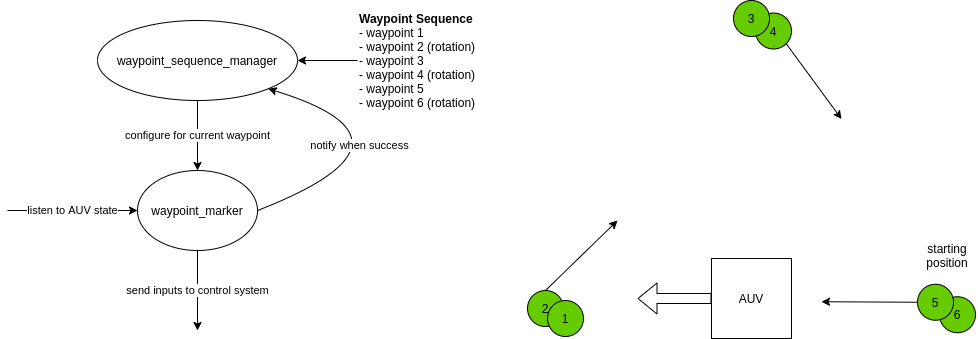
ubc-subbots/triton keeps this draw.io diagram as assets/triangle_waypoints_draw_io.drawio.png. Above is the earlier version. Source tidied: cells renumbered, new cells last; positions are measured from the earlier drawing's top-left corner, leaving out a move shared by most shapes.
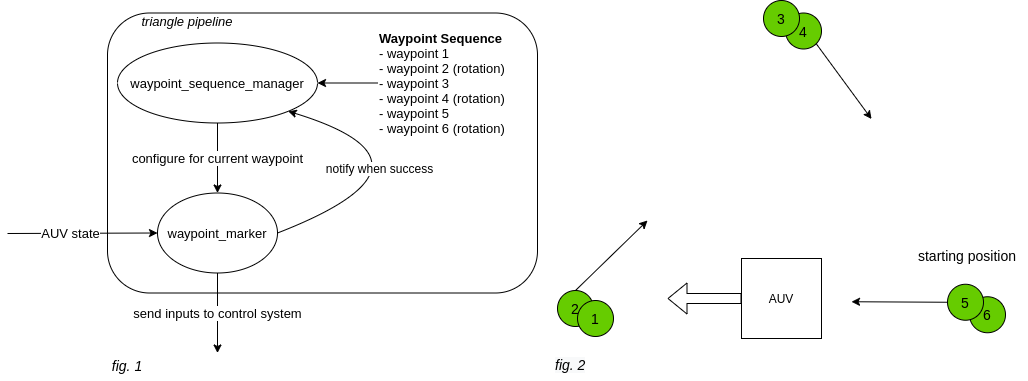
Later version of the same file.

What changed in the source:
```diff
@@ -2,41 +2,44 @@
   <root>
     <mxCell id="0" />
     <mxCell id="1" parent="0" />
+    <mxCell id="23" style="rounded=1;whiteSpace=wrap;html=1;align=left;" parent="1" vertex="1">
+      <mxGeometry x="70" y="12.5" width="430" height="280" as="geometry" />
+    </mxCell>
-    <mxCell id="2" value="2" style="ellipse;whiteSpace=wrap;html=1;fillColor=#66CC00;" parent="1" vertex="1">
+    <mxCell id="2" value="&lt;font style=&quot;font-size: 14px&quot;&gt;2&lt;/font&gt;" style="ellipse;whiteSpace=wrap;html=1;fillColor=#66CC00;fontSize=13;" parent="1" vertex="1">
       <mxGeometry x="520" y="290" width="36" height="36" as="geometry" />
     </mxCell>
     <mxCell id="3" value="AUV" style="whiteSpace=wrap;html=1;fillColor=none;" parent="1" vertex="1">
       <mxGeometry x="704" y="258" width="80" height="80" as="geometry" />
     </mxCell>
-    <mxCell id="4" value="starting position" style="text;html=1;strokeColor=none;fillColor=none;align=center;verticalAlign=middle;whiteSpace=wrap;rounded=0;" parent="1" vertex="1">
-      <mxGeometry x="910" y="240" width="60" height="30" as="geometry" />
+    <mxCell id="4" value="&lt;font style=&quot;font-size: 14px&quot;&gt;starting position&lt;/font&gt;" style="text;html=1;strokeColor=none;fillColor=none;align=center;verticalAlign=middle;whiteSpace=wrap;rounded=0;" parent="1" vertex="1">
+      <mxGeometry x="870" y="240" width="120" height="30" as="geometry" />
     </mxCell>
-    <mxCell id="5" value="4" style="ellipse;whiteSpace=wrap;html=1;fillColor=#66CC00;" parent="1" vertex="1">
+    <mxCell id="5" value="&lt;font style=&quot;font-size: 14px&quot;&gt;4&lt;/font&gt;" style="ellipse;whiteSpace=wrap;html=1;fillColor=#66CC00;" parent="1" vertex="1">
       <mxGeometry x="748" y="12.5" width="36" height="36" as="geometry" />
     </mxCell>
-    <mxCell id="6" value="waypoint_sequence_manager" style="ellipse;whiteSpace=wrap;html=1;" parent="1" vertex="1">
-      <mxGeometry x="90" y="20" width="200" height="80" as="geometry" />
+    <mxCell id="6" value="&lt;font style=&quot;font-size: 13px&quot;&gt;waypoint_sequence_manager&lt;/font&gt;" style="ellipse;whiteSpace=wrap;html=1;" parent="1" vertex="1">
+      <mxGeometry x="80" y="42.5" width="200" height="80" as="geometry" />
     </mxCell>
-    <mxCell id="7" value="waypoint_marker" style="ellipse;whiteSpace=wrap;html=1;" parent="1" vertex="1">
-      <mxGeometry x="130" y="170" width="120" height="80" as="geometry" />
+    <mxCell id="7" value="&lt;font style=&quot;font-size: 13px&quot;&gt;waypoint_marker&lt;/font&gt;" style="ellipse;whiteSpace=wrap;html=1;" parent="1" vertex="1">
+      <mxGeometry x="120" y="192.5" width="120" height="80" as="geometry" />
     </mxCell>
-    <mxCell id="8" value="&lt;b&gt;Waypoint Sequence&lt;/b&gt;&lt;br&gt;- waypoint 1&lt;br&gt;- waypoint 2 (rotation)&lt;br&gt;- waypoint 3&lt;br&gt;- waypoint 4 (rotation)&lt;br&gt;- waypoint 5&lt;br&gt;- waypoint 6 (rotation)" style="text;html=1;strokeColor=none;fillColor=none;align=left;verticalAlign=middle;whiteSpace=wrap;rounded=0;" parent="1" vertex="1">
-      <mxGeometry x="350" y="12.5" width="120" height="95" as="geometry" />
+    <mxCell id="8" value="&lt;font style=&quot;font-size: 13px&quot;&gt;&lt;b&gt;Waypoint Sequence&lt;/b&gt;&lt;br&gt;- waypoint 1&lt;br&gt;- waypoint 2 (rotation)&lt;br&gt;- waypoint 3&lt;br&gt;- waypoint 4 (rotation)&lt;br&gt;- waypoint 5&lt;br&gt;- waypoint 6 (rotation)&lt;/font&gt;" style="text;html=1;strokeColor=none;fillColor=none;align=left;verticalAlign=middle;whiteSpace=wrap;rounded=0;" parent="1" vertex="1">
+      <mxGeometry x="340" y="35" width="130" height="95" as="geometry" />
     </mxCell>
     <mxCell id="9" style="endArrow=classic;html=1;rounded=0;exitX=0;exitY=0.5;exitDx=0;exitDy=0;" parent="1" edge="1" source="8" target="6">
       <mxGeometry relative="1" as="geometry" />
     </mxCell>
-    <mxCell id="10" value="configure for current waypoint" style="endArrow=classic;html=1;rounded=0;exitX=0.5;exitY=1;exitDx=0;exitDy=0;" parent="1" edge="1" source="6" target="7">
+    <mxCell id="10" value="&lt;font style=&quot;font-size: 13px&quot;&gt;configure for current waypoint&lt;/font&gt;" style="endArrow=classic;html=1;rounded=0;exitX=0.5;exitY=1;exitDx=0;exitDy=0;" parent="1" edge="1" source="6" target="7">
       <mxGeometry relative="1" as="geometry" />
     </mxCell>
     <mxCell id="11" style="curved=1;endArrow=classic;html=1;rounded=0;exitX=1;exitY=0.5;exitDx=0;exitDy=0;entryX=1;entryY=1;entryDx=0;entryDy=0;" parent="1" edge="1" source="7" target="6">
       <mxGeometry relative="1" as="geometry">
         <Array as="points">
-          <mxPoint x="430" y="140" />
+          <mxPoint x="420" y="162.5" />
         </Array>
       </mxGeometry>
     </mxCell>
-    <mxCell id="12" value="notify when success" style="edgeLabel;html=1;align=center;verticalAlign=middle;" parent="11" vertex="1">
+    <mxCell id="12" value="notify when success" style="edgeLabel;html=1;align=center;verticalAlign=middle;fontSize=12;" parent="11" vertex="1">
       <mxGeometry x="-0.36" y="24" relative="1" as="geometry" />
     </mxCell>
     <mxCell id="13" style="shape=flexArrow;endArrow=classic;html=1;rounded=0;exitX=0;exitY=0.5;exitDx=0;exitDy=0;" parent="1" edge="1" source="3">
@@ -44,29 +47,29 @@
         <mxPoint x="630" y="298" as="targetPoint" />
       </mxGeometry>
     </mxCell>
-    <mxCell id="14" value="3" style="ellipse;whiteSpace=wrap;html=1;fillColor=#66CC00;" parent="1" vertex="1">
+    <mxCell id="14" value="3" style="ellipse;whiteSpace=wrap;html=1;fillColor=#66CC00;fontSize=14;" parent="1" vertex="1">
       <mxGeometry x="726" width="36" height="36" as="geometry" />
     </mxCell>
-    <mxCell id="15" value="send inputs to control system" style="endArrow=classic;html=1;rounded=0;exitX=0.5;exitY=1;exitDx=0;exitDy=0;" parent="1" edge="1" source="7">
+    <mxCell id="15" value="&lt;font style=&quot;font-size: 13px&quot;&gt;send inputs to control system&lt;/font&gt;" style="endArrow=classic;html=1;rounded=0;exitX=0.5;exitY=1;exitDx=0;exitDy=0;" parent="1" edge="1" source="7">
       <mxGeometry relative="1" as="geometry">
-        <mxPoint x="190" y="330" as="targetPoint" />
+        <mxPoint x="180" y="352.5" as="targetPoint" />
         <Array as="points">
-          <mxPoint x="190" y="290" />
+          <mxPoint x="180" y="312.5" />
         </Array>
       </mxGeometry>
     </mxCell>
-    <mxCell id="16" value="listen to AUV state" style="endArrow=classic;html=1;rounded=0;entryX=0;entryY=0.5;entryDx=0;entryDy=0;" parent="1" edge="1" target="7">
-      <mxGeometry relative="1" as="geometry">
-        <mxPoint y="210" as="sourcePoint" />
+    <mxCell id="16" value="&lt;font style=&quot;font-size: 13px&quot;&gt;AUV state&lt;/font&gt;" style="endArrow=classic;html=1;rounded=0;entryX=0;entryY=0.5;entryDx=0;entryDy=0;" parent="1" edge="1" target="7">
+      <mxGeometry x="-0.17" relative="1" as="geometry">
+        <mxPoint x="-30" y="233" as="sourcePoint" />
       </mxGeometry>
     </mxCell>
-    <mxCell id="17" value="1" style="ellipse;whiteSpace=wrap;html=1;fillColor=#66CC00;" parent="1" vertex="1">
+    <mxCell id="17" value="&lt;font style=&quot;font-size: 14px&quot;&gt;1&lt;/font&gt;" style="ellipse;whiteSpace=wrap;html=1;fillColor=#66CC00;" parent="1" vertex="1">
       <mxGeometry x="540" y="300" width="36" height="36" as="geometry" />
     </mxCell>
-    <mxCell id="18" value="6" style="ellipse;whiteSpace=wrap;html=1;fillColor=#66CC00;" parent="1" vertex="1">
+    <mxCell id="18" value="&lt;font style=&quot;font-size: 14px&quot;&gt;6&lt;/font&gt;" style="ellipse;whiteSpace=wrap;html=1;fillColor=#66CC00;" parent="1" vertex="1">
       <mxGeometry x="932" y="296.2" width="36" height="36" as="geometry" />
     </mxCell>
-    <mxCell id="19" value="5" style="ellipse;whiteSpace=wrap;html=1;fillColor=#66CC00;" parent="1" vertex="1">
+    <mxCell id="19" value="&lt;font style=&quot;font-size: 14px&quot;&gt;5&lt;/font&gt;" style="ellipse;whiteSpace=wrap;html=1;fillColor=#66CC00;" parent="1" vertex="1">
       <mxGeometry x="910" y="283.8" width="36" height="36" as="geometry" />
     </mxCell>
     <mxCell id="20" style="endArrow=classic;html=1;rounded=0;exitX=0.5;exitY=0;exitDx=0;exitDy=0;" parent="1" edge="1" source="2">
@@ -85,5 +88,14 @@
         <mxPoint x="814" y="301.2" as="targetPoint" />
       </mxGeometry>
     </mxCell>
+    <mxCell id="24" value="&lt;i&gt;triangle pipeline&lt;/i&gt;" style="text;html=1;strokeColor=none;fillColor=none;align=center;verticalAlign=middle;whiteSpace=wrap;rounded=0;fontSize=13;" parent="1" vertex="1">
+      <mxGeometry x="90" y="6" width="120" height="30" as="geometry" />
+    </mxCell>
+    <mxCell id="25" value="&lt;i&gt;fig. 1&lt;/i&gt;" style="text;html=1;strokeColor=none;fillColor=none;align=center;verticalAlign=middle;whiteSpace=wrap;rounded=0;fontSize=14;" parent="1" vertex="1">
+      <mxGeometry x="60" y="350" width="60" height="30" as="geometry" />
+    </mxCell>
+    <mxCell id="26" value="&lt;i style=&quot;color: rgb(0 , 0 , 0) ; font-family: &amp;#34;helvetica&amp;#34; ; font-size: 14px ; font-weight: 400 ; letter-spacing: normal ; text-align: center ; text-indent: 0px ; text-transform: none ; word-spacing: 0px ; background-color: rgb(248 , 249 , 250)&quot;&gt;fig. 2&lt;/i&gt;" style="text;whiteSpace=wrap;html=1;fontSize=14;" parent="1" vertex="1">
+      <mxGeometry x="516" y="350" width="60" height="30" as="geometry" />
+    </mxCell>
   </root>
 </mxGraphModel>
```
